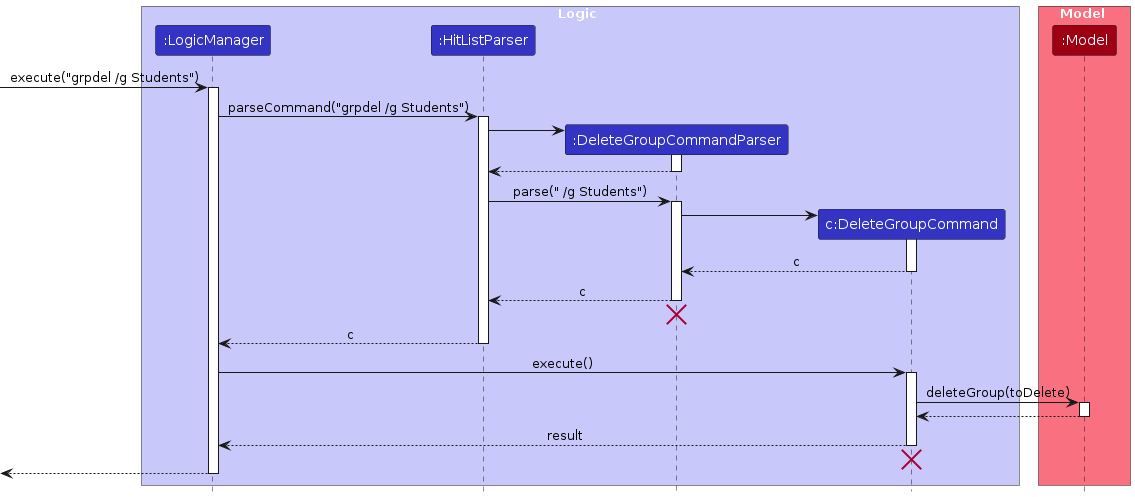
Above: diagrams/delete-group/GroupDeleteSequenceDiagram-Logic.png in AY2526S2-CS2103T-W11-2/tp (PlantUML), before the change. Its source is kept beside it as diagrams/delete-group/GroupDeleteSequenceDiagram-Logic.puml. Source of this version:
```plantuml
@startuml
!include ../style.puml
skinparam ArrowFontStyle plain

box Logic LOGIC_COLOR_T1
participant ":LogicManager" as LogicManager LOGIC_COLOR
participant ":HitListParser" as HitListParser LOGIC_COLOR
participant ":DeleteGroupCommandParser" as DeleteGroupCommandParser LOGIC_COLOR
participant "c:DeleteGroupCommand" as DeleteGroupCommand LOGIC_COLOR
end box

box Model MODEL_COLOR_T1
participant ":Model" as Model MODEL_COLOR
end box

[-> LogicManager : execute("grpdel /g Students")
activate LogicManager
LogicManager -> HitListParser : parseCommand("grpdel /g Students")
activate HitListParser

create DeleteGroupCommandParser
HitListParser -> DeleteGroupCommandParser
activate DeleteGroupCommandParser
DeleteGroupCommandParser --> HitListParser
deactivate DeleteGroupCommandParser

HitListParser -> DeleteGroupCommandParser : parse(" /g Students")
activate DeleteGroupCommandParser

create DeleteGroupCommand
DeleteGroupCommandParser -> DeleteGroupCommand
activate DeleteGroupCommand
DeleteGroupCommand --> DeleteGroupCommandParser : c
deactivate DeleteGroupCommand

DeleteGroupCommandParser --> HitListParser : c
deactivate DeleteGroupCommandParser
DeleteGroupCommandParser -[hidden]-> HitListParser
destroy DeleteGroupCommandParser

HitListParser --> LogicManager : c
deactivate HitListParser

LogicManager -> DeleteGroupCommand : execute()
activate DeleteGroupCommand
DeleteGroupCommand -> Model : deleteGroup(toDelete)
activate Model
Model --> DeleteGroupCommand
deactivate Model
DeleteGroupCommand --> LogicManager : result
deactivate DeleteGroupCommand
DeleteGroupCommand -[hidden]-> LogicManager
destroy DeleteGroupCommand

[<--LogicManager
deactivate LogicManager
@enduml
```
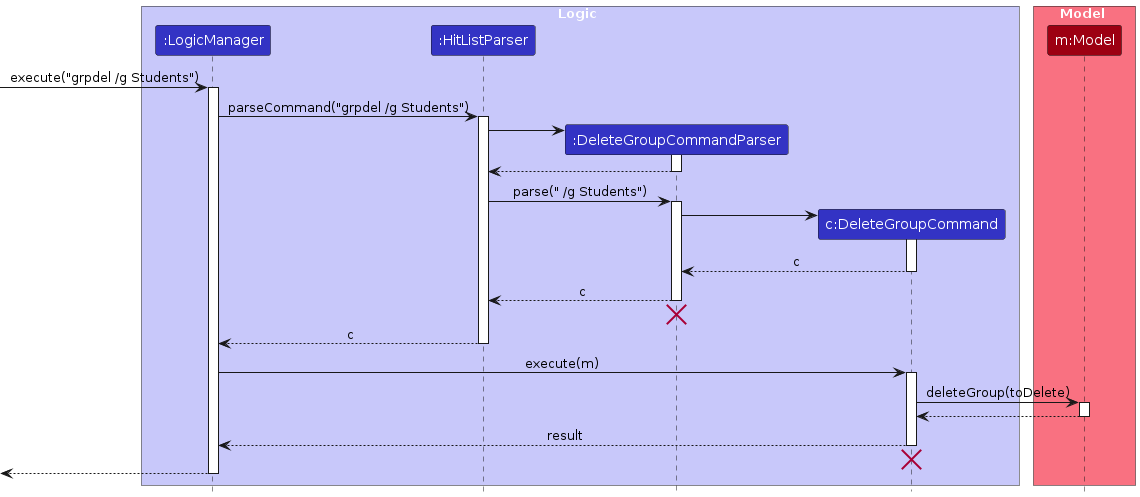
The same file after the commit.

Diff of the diagram source:
```diff
@@ -10,7 +10,7 @@
 end box
 
 box Model MODEL_COLOR_T1
-participant ":Model" as Model MODEL_COLOR
+participant "m:Model" as Model MODEL_COLOR
 end box
 
 [-> LogicManager : execute("grpdel /g Students")
@@ -41,7 +41,7 @@
 HitListParser --> LogicManager : c
 deactivate HitListParser
 
-LogicManager -> DeleteGroupCommand : execute()
+LogicManager -> DeleteGroupCommand : execute(m)
 activate DeleteGroupCommand
 DeleteGroupCommand -> Model : deleteGroup(toDelete)
 activate Model
```
